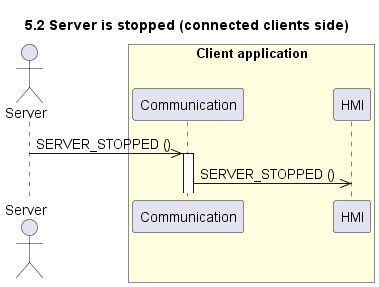
Earlier version of the PlantUML export website/images/sequence/5.2 Server is stopped (connected clients side).png (UTCAI12/Diagrams). Source of this version:
```plantuml
@startuml 5.2 Server is stopped (connected clients side)
title 5.2 Server is stopped (connected clients side)

actor "Server" as server
box "Client application" #LightYellow
    participant "Communication" as com
    participant "HMI" as hmi
end box

server ->> com : SERVER_STOPPED ()

activate com
com ->> hmi : SERVER_STOPPED ()

@enduml
```
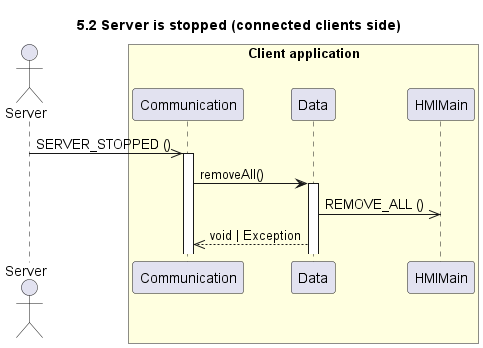
Later version of the same file.

Diff of the diagram source:
```diff
@@ -4,12 +4,15 @@
 actor "Server" as server
 box "Client application" #LightYellow
     participant "Communication" as com
-    participant "HMI" as hmi
+    participant "Data" as data
+    participant "HMIMain" as hmi
 end box
 
-server ->> com : SERVER_STOPPED ()
+server ->> com++ : SERVER_STOPPED ()
+com -> data++: removeAll()
+data ->> hmi: REMOVE_ALL ()
+data-->> com: void | Exception
 
-activate com
-com ->> hmi : SERVER_STOPPED ()
+
 
 @enduml
```
